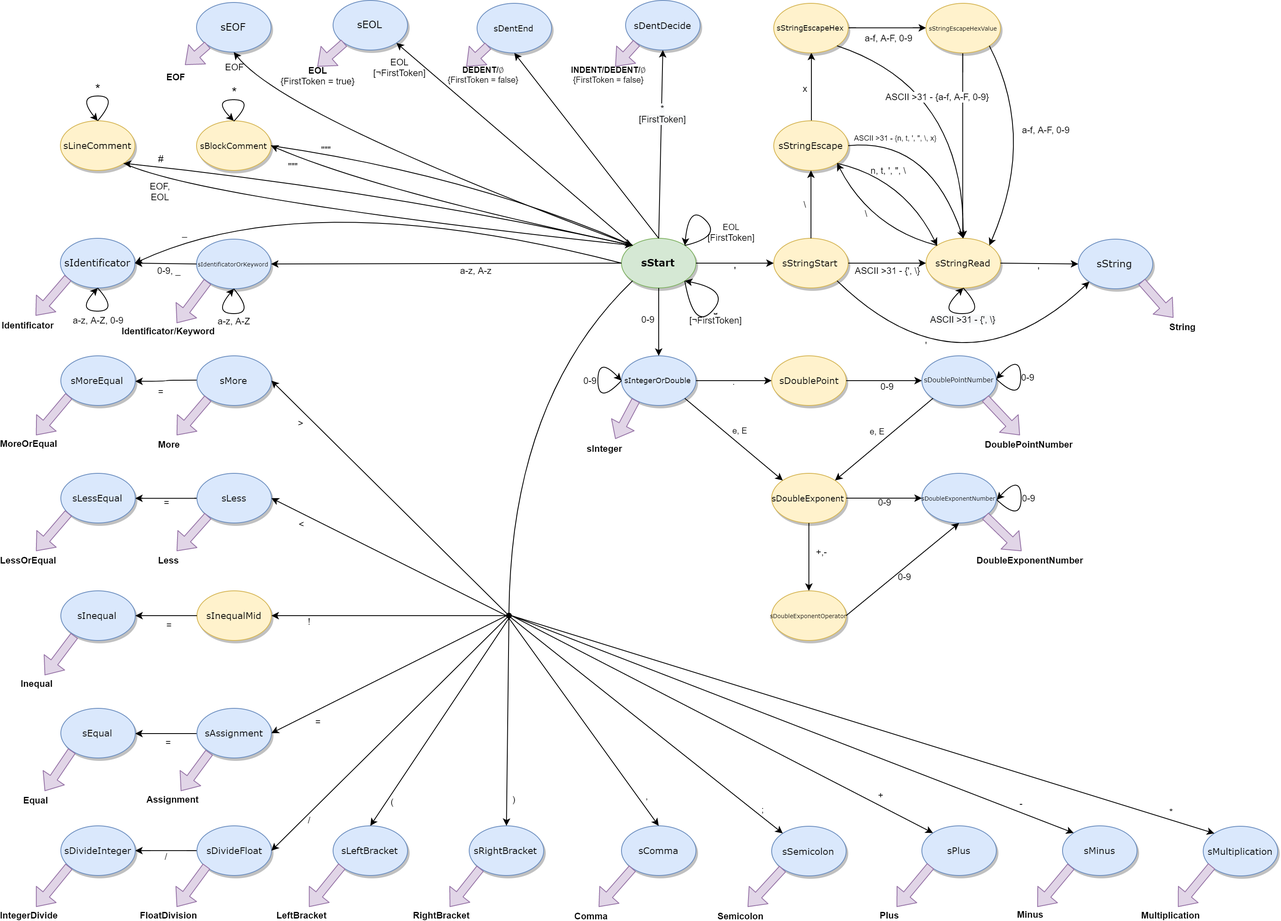
Above: scanner_automat.png in Sevin556/IFJproject (draw.io), before the change. Source tidied: cells renumbered, new cells last; positions are measured from the earlier drawing's top-left corner, leaving out a move shared by most shapes.
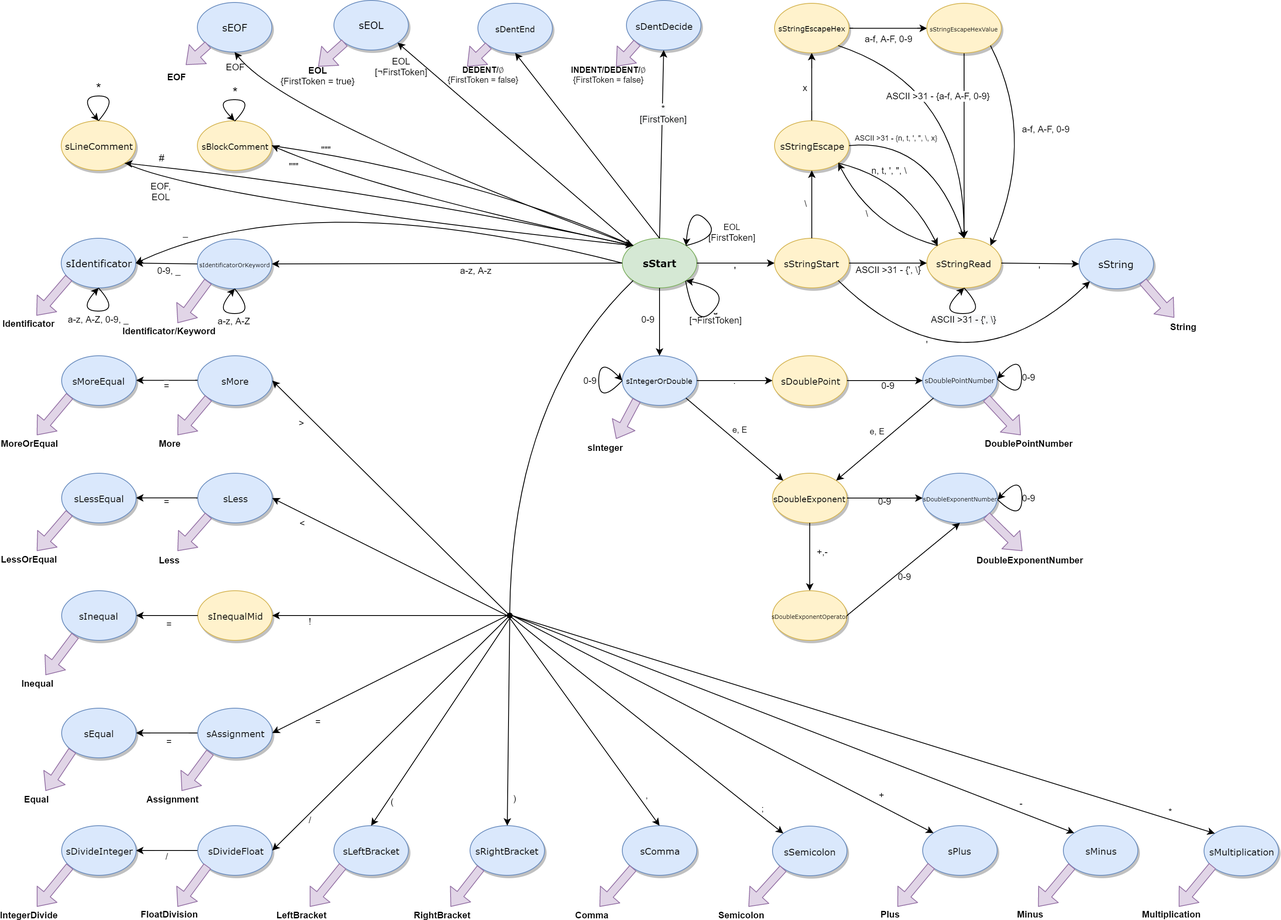
After the commit.

Diff of the diagram source:
```diff
@@ -127,7 +127,7 @@
         </Array>
       </mxGeometry>
     </mxCell>
-    <mxCell id="26" value="a-z, A-Z, 0-9" style="text;html=1;align=center;verticalAlign=middle;labelBackgroundColor=#ffffff;fontSize=11;" parent="25" vertex="1">
+    <mxCell id="26" value="a-z, A-Z, 0-9, _" style="text;html=1;align=center;verticalAlign=middle;labelBackgroundColor=#ffffff;fontSize=11;" parent="25" vertex="1">
       <mxGeometry x="-0.62" y="-11" relative="1" as="geometry">
         <mxPoint x="-8" y="13" as="offset" />
       </mxGeometry>
```
